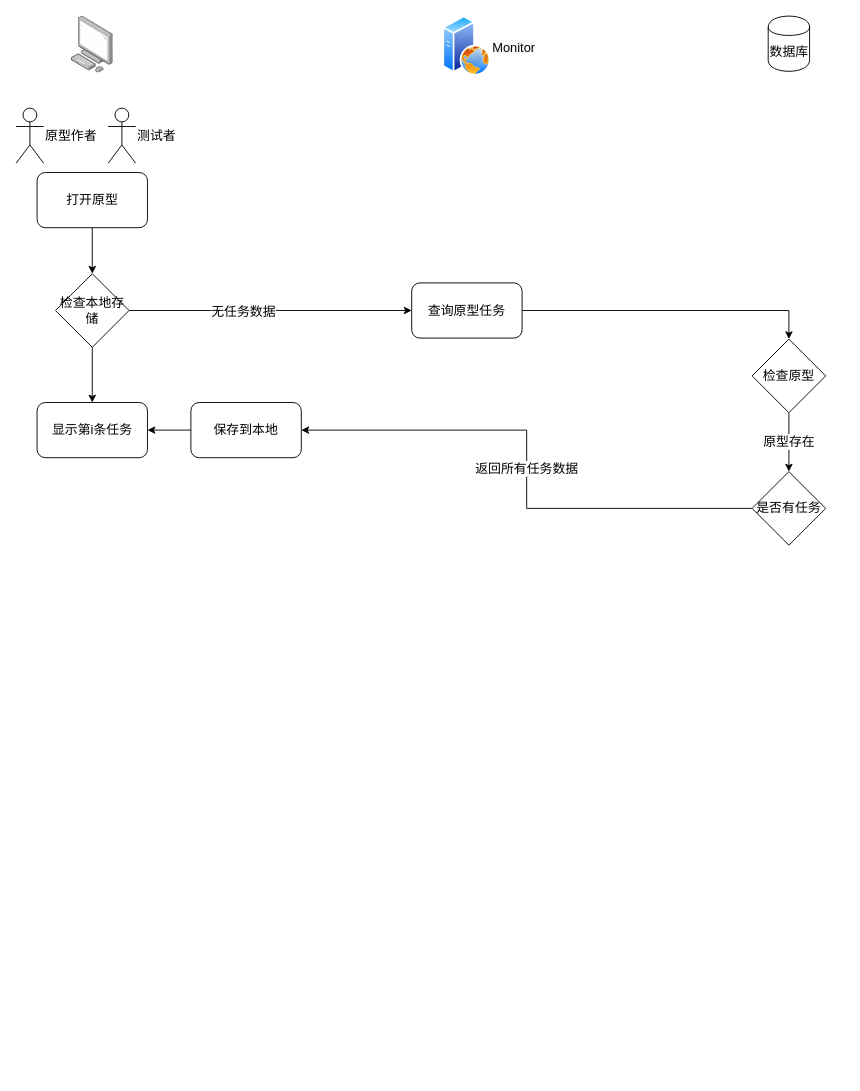
Above: prototester.drawio in onlyzlc/prototester (draw.io), before the change. Source tidied: cells renumbered, new cells numbered last; positions are measured from the earlier drawing's top-left corner, leaving out a move shared by most shapes. Both pictures are drawn from the tidied source at 92%, with x=0, y=0 at pixel (16, 16).
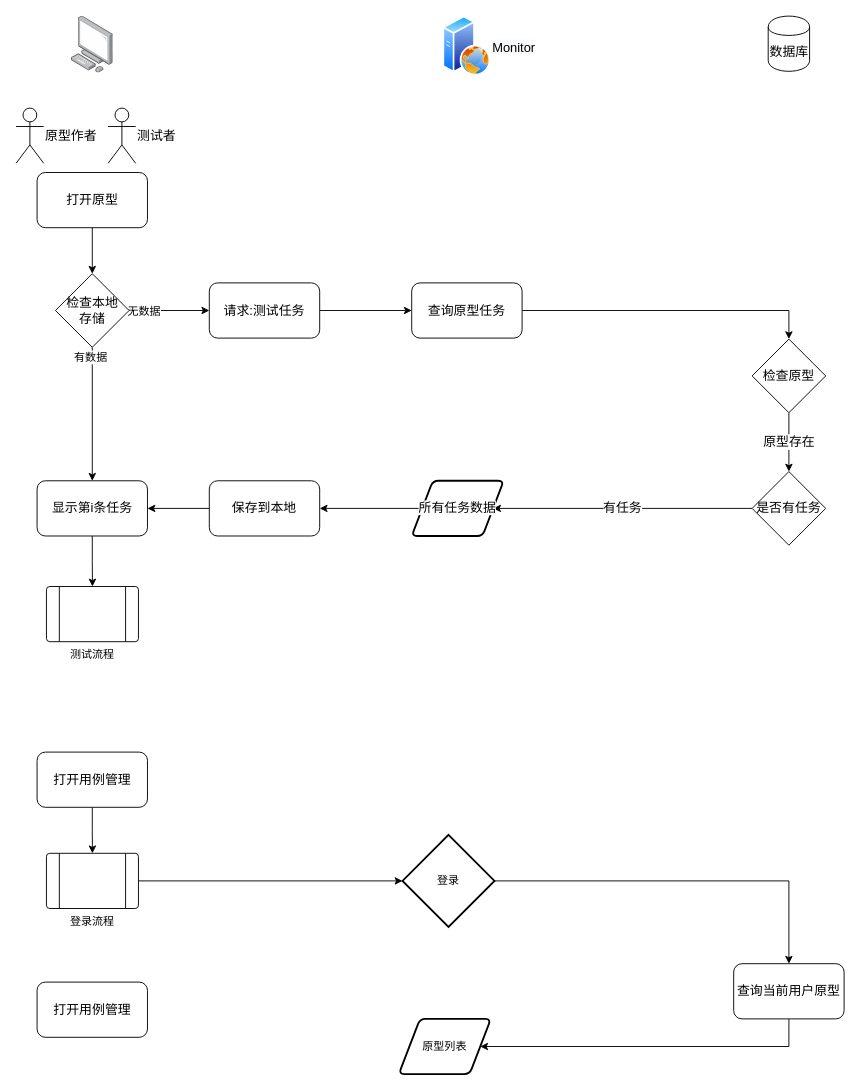
The same diagram, later.

The change refers to these unchanged cells:
```xml
<mxCell id="10" style="edgeStyle=orthogonalEdgeStyle;rounded=0;jettySize=auto;html=1;exitX=0.5;exitY=1;exitDx=0;exitDy=0;entryX=0.5;entryY=0;entryDx=0;entryDy=0;fontSize=14;" parent="1" edge="1" source="11" target="20">
  <mxGeometry relative="1" as="geometry" />
</mxCell>
<mxCell id="13" value="查询原型任务" style="rounded=1;whiteSpace=wrap;html=1;fontSize=14;align=center;" parent="1" vertex="1">
  <mxGeometry x="430" y="290" width="120" height="60" as="geometry" />
</mxCell>
<mxCell id="17" value="是否有任务" style="rhombus;whiteSpace=wrap;html=1;fontSize=14;align=center;" parent="1" vertex="1">
  <mxGeometry x="800" y="495.1" width="80" height="80" as="geometry" />
</mxCell>
```

Diff of the diagram source:
```diff
@@
-    <mxCell id="8" style="edgeStyle=orthogonalEdgeStyle;rounded=0;jettySize=auto;html=1;fontSize=14;entryX=0;entryY=0.5;entryDx=0;entryDy=0;" parent="1" edge="1" source="11" target="13">
+    <mxCell id="8" style="edgeStyle=orthogonalEdgeStyle;rounded=0;jettySize=auto;html=1;fontSize=14;entryX=0;entryY=0.5;entryDx=0;entryDy=0;" parent="1" edge="1" source="11" target="27">
       <mxGeometry relative="1" as="geometry" />
     </mxCell>
-    <mxCell id="9" value="无任务数据" style="text;html=1;align=center;verticalAlign=middle;labelBackgroundColor=#ffffff;fontSize=14;" parent="8" vertex="1">
-      <mxGeometry x="-0.19" y="-4" relative="1" as="geometry">
-        <mxPoint y="-4" as="offset" />
-      </mxGeometry>
-    </mxCell>
+    <mxCell id="22" value="无数据" style="text;html=1;align=center;verticalAlign=middle;labelBackgroundColor=#ffffff;" parent="8" vertex="1">
+      <mxGeometry x="-0.89" y="3" relative="1" as="geometry">
+        <mxPoint x="10.2" y="3" as="offset" />
+      </mxGeometry>
+    </mxCell>
@@
+    <mxCell id="23" value="有数据" style="text;html=1;align=center;verticalAlign=middle;labelBackgroundColor=#ffffff;" parent="10" vertex="1">
+      <mxGeometry x="-0.86" y="-2" relative="1" as="geometry" />
+    </mxCell>
-    <mxCell id="11" value="&lt;span style=&quot;white-space: normal&quot;&gt;检查本地存储&lt;/span&gt;" style="rhombus;whiteSpace=wrap;html=1;fontSize=14;align=center;" parent="1" vertex="1">
+    <mxCell id="11" value="&lt;span style=&quot;white-space: normal&quot;&gt;检查本地&lt;br&gt;存储&lt;/span&gt;" style="rhombus;whiteSpace=wrap;html=1;fontSize=14;align=center;" parent="1" vertex="1">
       <mxGeometry x="42.8" y="280" width="80" height="80" as="geometry" />
     </mxCell>
@@
-    <mxCell id="16" value="返回所有任务数据" style="edgeStyle=orthogonalEdgeStyle;rounded=0;jettySize=auto;html=1;exitX=0;exitY=0.5;exitDx=0;exitDy=0;fontSize=14;entryX=1;entryY=0.5;entryDx=0;entryDy=0;" parent="1" edge="1" source="17" target="19">
+    <mxCell id="16" value="有任务" style="edgeStyle=orthogonalEdgeStyle;rounded=0;jettySize=auto;html=1;exitX=0;exitY=0.5;exitDx=0;exitDy=0;fontSize=14;entryX=1;entryY=0.5;entryDx=0;entryDy=0;" parent="1" edge="1" source="17" target="29">
       <mxGeometry relative="1" as="geometry" />
     </mxCell>
@@
     <mxCell id="19" value="保存到本地" style="rounded=1;whiteSpace=wrap;html=1;fontSize=14;align=center;" parent="1" vertex="1">
-      <mxGeometry x="190" y="420" width="120" height="60" as="geometry" />
+      <mxGeometry x="210" y="505.1" width="120" height="60" as="geometry" />
     </mxCell>
+    <mxCell id="24" style="edgeStyle=orthogonalEdgeStyle;rounded=0;jettySize=auto;html=1;exitX=0.5;exitY=1;exitDx=0;exitDy=0;entryX=0.5;entryY=0;entryDx=0;entryDy=0;" parent="1" edge="1" source="20" target="32">
+      <mxGeometry relative="1" as="geometry" />
+    </mxCell>
     <mxCell id="20" value="显示第i条任务" style="rounded=1;whiteSpace=wrap;html=1;fontSize=14;align=center;" parent="1" vertex="1">
-      <mxGeometry x="22.8" y="420" width="120" height="60" as="geometry" />
+      <mxGeometry x="22.8" y="505.1" width="120" height="60" as="geometry" />
     </mxCell>
@@
+    <mxCell id="25" style="edgeStyle=orthogonalEdgeStyle;rounded=0;orthogonalLoop=1;jettySize=auto;html=1;exitX=0.5;exitY=1;exitDx=0;exitDy=0;" parent="1" edge="1" source="19" target="19">
+      <mxGeometry relative="1" as="geometry" />
+    </mxCell>
+    <mxCell id="26" style="edgeStyle=orthogonalEdgeStyle;rounded=0;jettySize=auto;html=1;exitX=1;exitY=0.5;exitDx=0;exitDy=0;entryX=0;entryY=0.5;entryDx=0;entryDy=0;" parent="1" edge="1" source="27" target="13">
+      <mxGeometry relative="1" as="geometry" />
+    </mxCell>
+    <mxCell id="27" value="&lt;span style=&quot;white-space: nowrap ; background-color: rgb(255 , 255 , 255)&quot;&gt;请求:测试任务&lt;/span&gt;" style="rounded=1;whiteSpace=wrap;html=1;fontSize=14;align=center;" parent="1" vertex="1">
+      <mxGeometry x="210" y="290" width="120" height="60" as="geometry" />
+    </mxCell>
+    <mxCell id="28" style="edgeStyle=orthogonalEdgeStyle;rounded=0;jettySize=auto;html=1;exitX=0;exitY=0.5;exitDx=0;exitDy=0;entryX=1;entryY=0.5;entryDx=0;entryDy=0;" parent="1" edge="1" source="29" target="19">
+      <mxGeometry relative="1" as="geometry" />
+    </mxCell>
+    <mxCell id="29" value="&lt;span style=&quot;font-size: 14px ; background-color: rgb(255 , 255 , 255)&quot;&gt;所有任务数据&lt;/span&gt;" style="shape=parallelogram;html=1;strokeWidth=2;perimeter=parallelogramPerimeter;whiteSpace=wrap;rounded=1;arcSize=12;size=0.23;" parent="1" vertex="1">
+      <mxGeometry x="430" y="505.1" width="100" height="60" as="geometry" />
+    </mxCell>
+    <mxCell id="30" style="edgeStyle=orthogonalEdgeStyle;rounded=0;jettySize=auto;html=1;exitX=0.5;exitY=1;exitDx=0;exitDy=0;entryX=0.5;entryY=0;entryDx=0;entryDy=0;" parent="1" edge="1" source="31" target="34">
+      <mxGeometry relative="1" as="geometry" />
+    </mxCell>
+    <mxCell id="31" value="打开用例管理" style="rounded=1;whiteSpace=wrap;html=1;fontSize=14;align=center;" parent="1" vertex="1">
+      <mxGeometry x="22.8" y="800" width="120" height="60" as="geometry" />
+    </mxCell>
+    <mxCell id="32" value="测试流程" style="verticalLabelPosition=bottom;verticalAlign=top;html=1;shape=process;whiteSpace=wrap;rounded=1;size=0.14;arcSize=6;" parent="1" vertex="1">
+      <mxGeometry x="33" y="620" width="100" height="60" as="geometry" />
+    </mxCell>
+    <mxCell id="33" style="edgeStyle=orthogonalEdgeStyle;rounded=0;jettySize=auto;html=1;entryX=0;entryY=0.5;entryDx=0;entryDy=0;entryPerimeter=0;" parent="1" edge="1" source="34" target="38">
+      <mxGeometry relative="1" as="geometry" />
+    </mxCell>
+    <mxCell id="34" value="登录流程" style="verticalLabelPosition=bottom;verticalAlign=top;html=1;shape=process;whiteSpace=wrap;rounded=1;size=0.14;arcSize=6;" parent="1" vertex="1">
+      <mxGeometry x="33" y="910" width="100" height="60" as="geometry" />
+    </mxCell>
+    <mxCell id="35" style="edgeStyle=orthogonalEdgeStyle;rounded=0;jettySize=auto;html=1;exitX=0.5;exitY=1;exitDx=0;exitDy=0;" parent="1" edge="1" source="36" target="39">
+      <mxGeometry relative="1" as="geometry" />
+    </mxCell>
+    <mxCell id="36" value="查询当前用户原型" style="rounded=1;whiteSpace=wrap;html=1;fontSize=14;align=center;" parent="1" vertex="1">
+      <mxGeometry x="780" y="1030" width="120" height="60" as="geometry" />
+    </mxCell>
+    <mxCell id="37" style="edgeStyle=orthogonalEdgeStyle;rounded=0;jettySize=auto;html=1;exitX=1;exitY=0.5;exitDx=0;exitDy=0;exitPerimeter=0;entryX=0.5;entryY=0;entryDx=0;entryDy=0;" parent="1" edge="1" source="38" target="36">
+      <mxGeometry relative="1" as="geometry" />
+    </mxCell>
+    <mxCell id="38" value="登录" style="strokeWidth=2;html=1;shape=mxgraph.flowchart.decision;whiteSpace=wrap;" parent="1" vertex="1">
+      <mxGeometry x="420" y="890" width="100" height="100" as="geometry" />
+    </mxCell>
+    <mxCell id="39" value="原型列表" style="shape=parallelogram;html=1;strokeWidth=2;perimeter=parallelogramPerimeter;whiteSpace=wrap;rounded=1;arcSize=12;size=0.23;" parent="1" vertex="1">
+      <mxGeometry x="416" y="1090" width="100" height="60" as="geometry" />
+    </mxCell>
+    <mxCell id="40" value="打开用例管理" style="rounded=1;whiteSpace=wrap;html=1;fontSize=14;align=center;" parent="1" vertex="1">
+      <mxGeometry x="22.8" y="1050" width="120" height="60" as="geometry" />
+    </mxCell>
```
